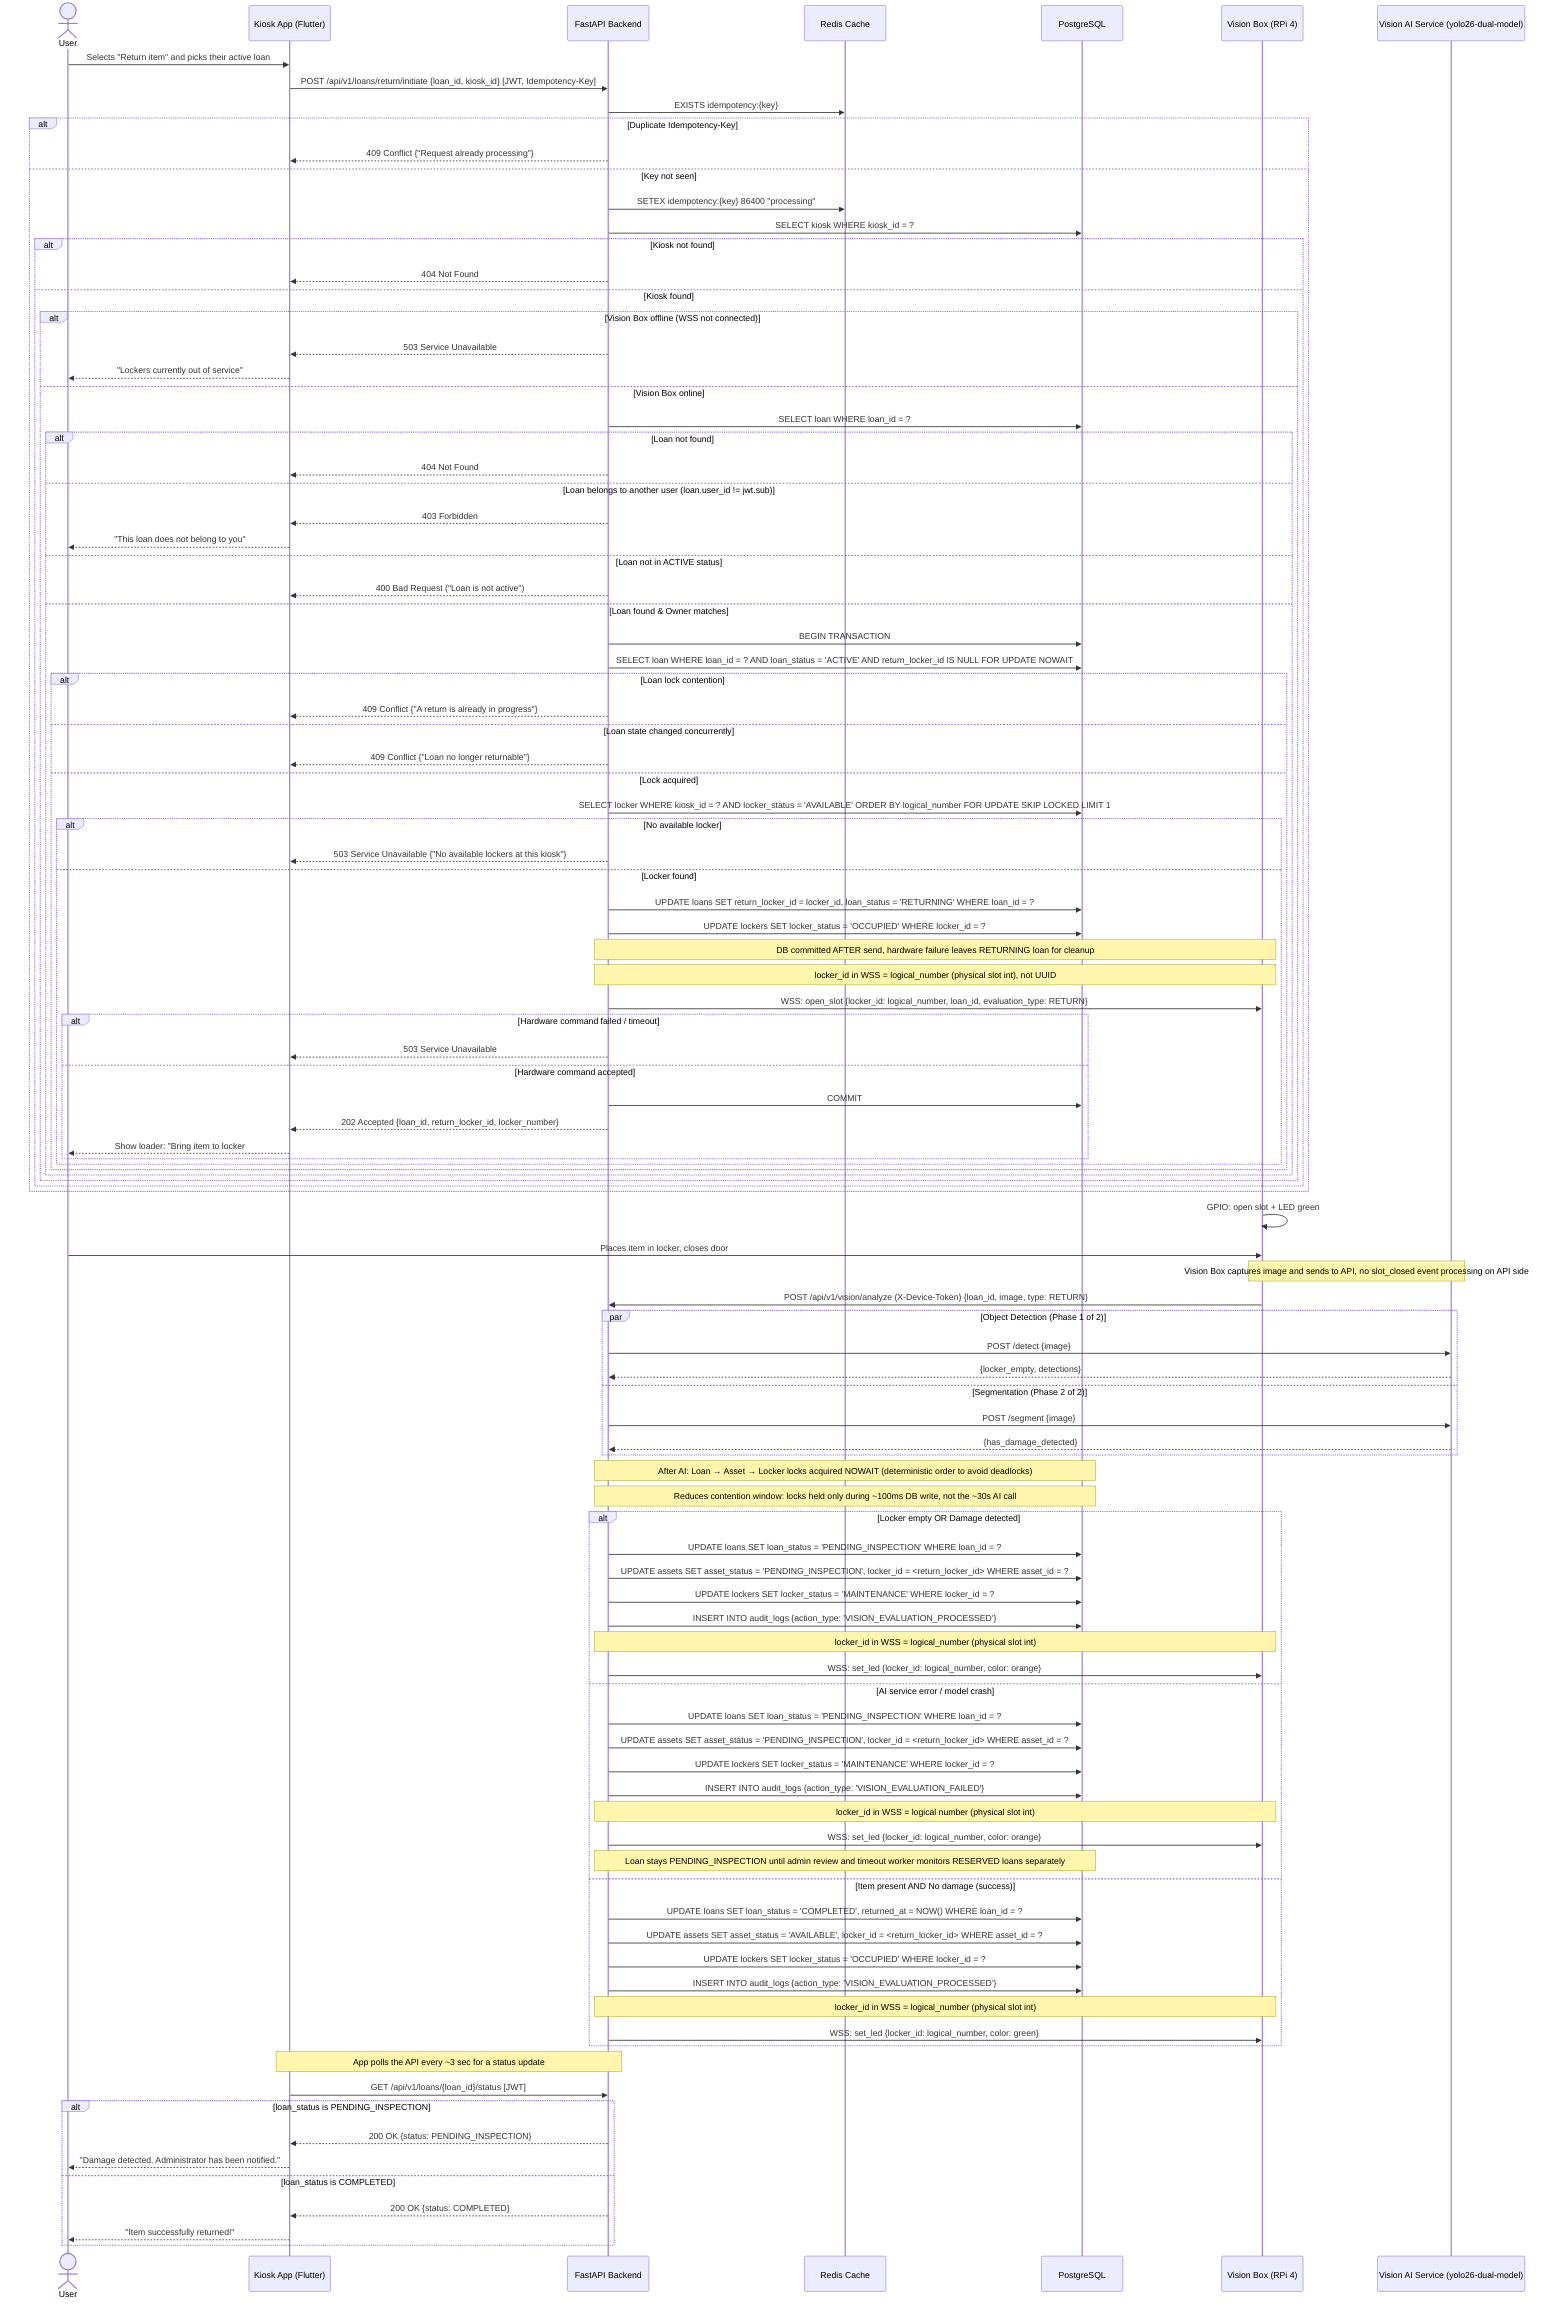
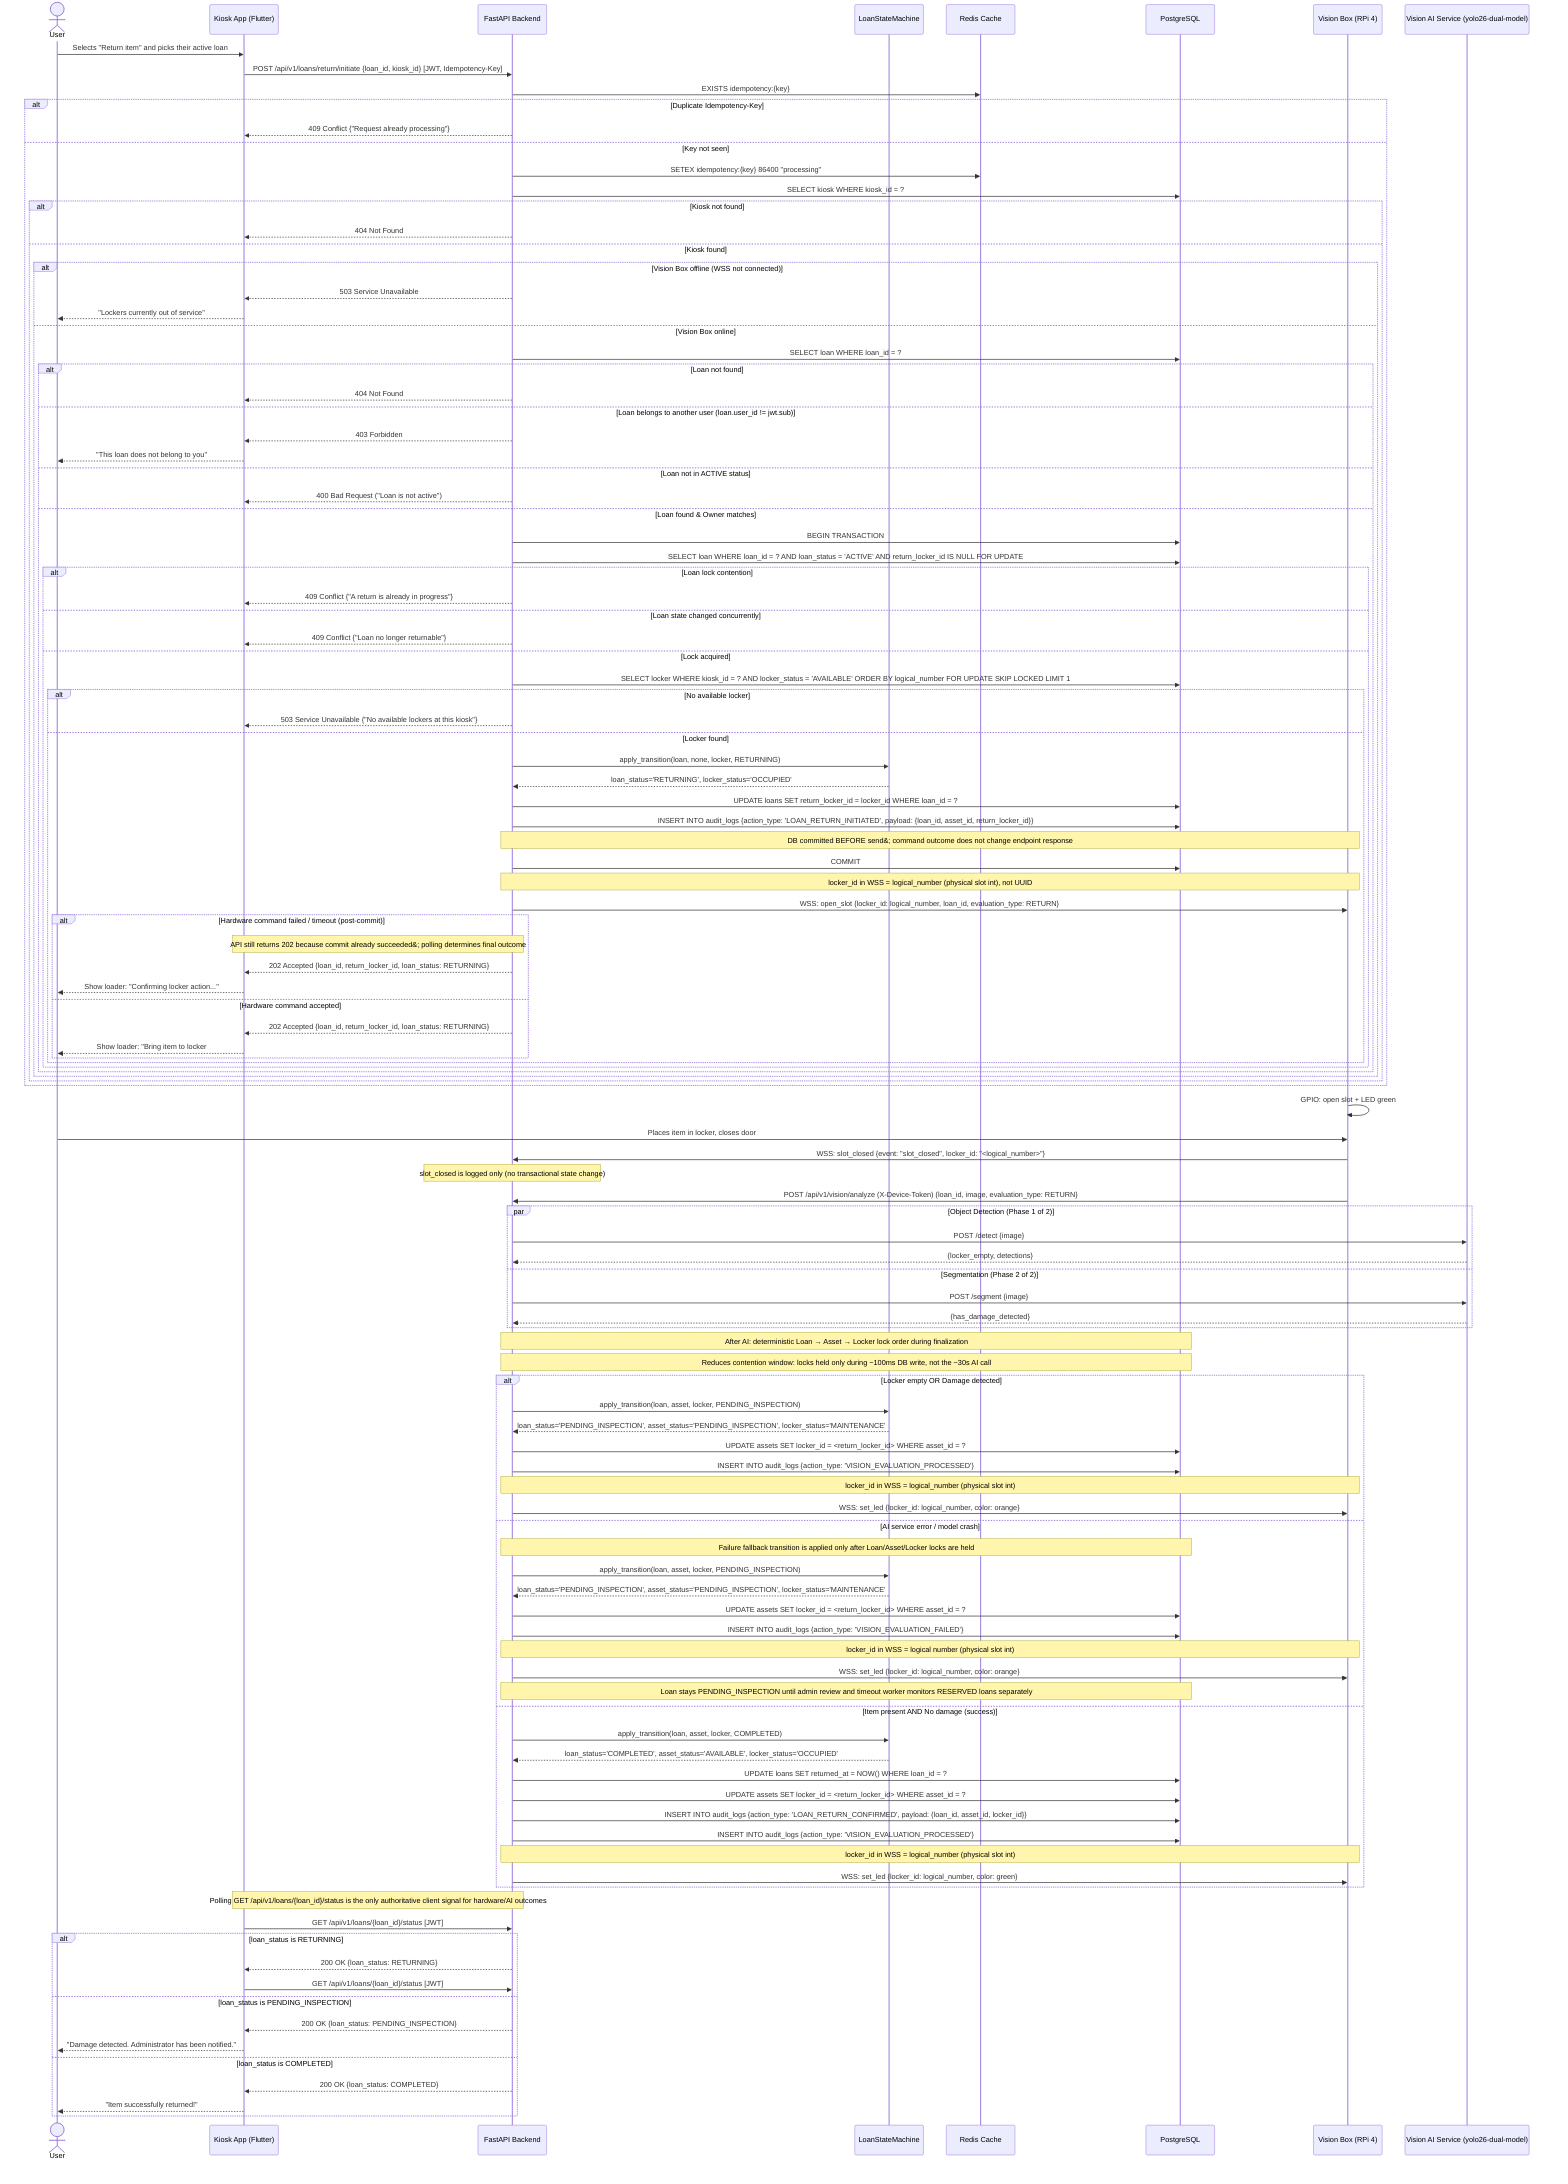
sequenceDiagram
    actor User as User
    participant App as Kiosk App (Flutter)
    participant API as FastAPI Backend
+     participant FSM as LoanStateMachine
    participant Redis as Redis Cache
    participant DB as PostgreSQL
    participant VB as Vision Box (RPi 4)
    participant AI as Vision AI Service (yolo26-dual-model)

    User->>App: Selects "Return item" and picks their active loan
    App->>API: POST /api/v1/loans/return/initiate {loan_id, kiosk_id} [JWT, Idempotency-Key]

    API->>Redis: EXISTS idempotency:{key}
    alt Duplicate Idempotency-Key
        API-->>App: 409 Conflict {"Request already processing"}
    else Key not seen
        API->>Redis: SETEX idempotency:{key} 86400 "processing"

        API->>DB: SELECT kiosk WHERE kiosk_id = ?
        alt Kiosk not found
            API-->>App: 404 Not Found
        else Kiosk found
            alt Vision Box offline (WSS not connected)
                API-->>App: 503 Service Unavailable
                App-->>User: "Lockers currently out of service"
            else Vision Box online
                API->>DB: SELECT loan WHERE loan_id = ?
                alt Loan not found
                    API-->>App: 404 Not Found
                else Loan belongs to another user (loan.user_id != jwt.sub)
                    API-->>App: 403 Forbidden
                    App-->>User: "This loan does not belong to you"
                else Loan not in ACTIVE status
                    API-->>App: 400 Bad Request ("Loan is not active")
                else Loan found & Owner matches
                    API->>DB: BEGIN TRANSACTION

-                     %% Atomic state-transition lock (NOWAIT)
-                     API->>DB: SELECT loan WHERE loan_id = ? AND loan_status = 'ACTIVE' AND return_locker_id IS NULL FOR UPDATE NOWAIT
+                     %% Atomic state-transition guard on the active loan row
+                     API->>DB: SELECT loan WHERE loan_id = ? AND loan_status = 'ACTIVE' AND return_locker_id IS NULL FOR UPDATE
                    alt Loan lock contention
                        API-->>App: 409 Conflict {"A return is already in progress"}
                    else Loan state changed concurrently
                        API-->>App: 409 Conflict {"Loan no longer returnable"}
                    else Lock acquired

                        %% Find and lock first available locker (SKIP LOCKED prevents duplicate assignment)
                        API->>DB: SELECT locker WHERE kiosk_id = ? AND locker_status = 'AVAILABLE' ORDER BY logical_number FOR UPDATE SKIP LOCKED LIMIT 1
                        alt No available locker
                            API-->>App: 503 Service Unavailable {"No available lockers at this kiosk"}
                        else Locker found
-                             API->>DB: UPDATE loans SET return_locker_id = locker_id, loan_status = 'RETURNING' WHERE loan_id = ?
-                             API->>DB: UPDATE lockers SET locker_status = 'OCCUPIED' WHERE locker_id = ?
+                             API->>FSM: apply_transition(loan, none, locker, RETURNING)
+                             FSM-->>API: loan_status='RETURNING', locker_status='OCCUPIED'
+                             API->>DB: UPDATE loans SET return_locker_id = locker_id WHERE loan_id = ?
+                             API->>DB: INSERT INTO audit_logs {action_type: 'LOAN_RETURN_INITIATED', payload: {loan_id, asset_id, return_locker_id}}

-                             %% Hardware command sent BEFORE DB commit
-                             Note over API,VB: DB committed AFTER send, hardware failure leaves RETURNING loan for cleanup
+                             %% Hardware command sent AFTER DB commit
+                             Note over API,VB: DB committed BEFORE send&#59; command outcome does not change endpoint response
+                             API->>DB: COMMIT
+ 
                            Note over API,VB: locker_id in WSS = logical_number (physical slot int), not UUID
                            API->>VB: WSS: open_slot {locker_id: logical_number, loan_id, evaluation_type: RETURN}

-                             alt Hardware command failed / timeout
-                                 API-->>App: 503 Service Unavailable
+                             alt Hardware command failed / timeout (post-commit)
+                                 Note over API,App: API still returns 202 because commit already succeeded&#59; polling determines final outcome
+                                 API-->>App: 202 Accepted {loan_id, return_locker_id, loan_status: RETURNING}
+                                 App-->>User: Show loader: "Confirming locker action..."
                            else Hardware command accepted
-                                 API->>DB: COMMIT
-                                 API-->>App: 202 Accepted {loan_id, return_locker_id, locker_number}
+                                 API-->>App: 202 Accepted {loan_id, return_locker_id, loan_status: RETURNING}
                                App-->>User: Show loader: "Bring item to locker #N"
                            end
                        end
                    end
                end
            end
        end
    end

    VB->>VB: GPIO: open slot + LED green
    User->>VB: Places item in locker, closes door
+     VB->>API: WSS: slot_closed {event: "slot_closed", locker_id: "<logical_number>"}
+     Note over API: slot_closed is logged only (no transactional state change)

    %% Vision Box triggers AI analysis (M2M, no JWT)
-     Note over VB,AI: Vision Box captures image and sends to API, no slot_closed event processing on API side
-     VB->>API: POST /api/v1/vision/analyze (X-Device-Token) {loan_id, image, type: RETURN}
+     VB->>API: POST /api/v1/vision/analyze (X-Device-Token) {loan_id, image, evaluation_type: RETURN}

    %% Vision AI analysis with parallel Phase 1 (no row locks held during AI call)
    par Object Detection (Phase 1 of 2)
        API->>AI: POST /detect {image}
        AI-->>API: {locker_empty, detections}
    and Segmentation (Phase 2 of 2)
        API->>AI: POST /segment {image}
        AI-->>API: {has_damage_detected}
    end

-     Note over API,DB: After AI: Loan → Asset → Locker locks acquired NOWAIT (deterministic order to avoid deadlocks)
+     Note over API,DB: After AI: deterministic Loan → Asset → Locker lock order during finalization
    Note over API,DB: Reduces contention window: locks held only during ~100ms DB write, not the ~30s AI call

    alt Locker empty OR Damage detected
-         API->>DB: UPDATE loans SET loan_status = 'PENDING_INSPECTION' WHERE loan_id = ?
-         API->>DB: UPDATE assets SET asset_status = 'PENDING_INSPECTION', locker_id = <return_locker_id> WHERE asset_id = ?
-         API->>DB: UPDATE lockers SET locker_status = 'MAINTENANCE' WHERE locker_id = ?
+         API->>FSM: apply_transition(loan, asset, locker, PENDING_INSPECTION)
+         FSM-->>API: loan_status='PENDING_INSPECTION', asset_status='PENDING_INSPECTION', locker_status='MAINTENANCE'
+         API->>DB: UPDATE assets SET locker_id = <return_locker_id> WHERE asset_id = ?
        API->>DB: INSERT INTO audit_logs {action_type: 'VISION_EVALUATION_PROCESSED'}
        Note over API,VB: locker_id in WSS = logical_number (physical slot int)
        API->>VB: WSS: set_led {locker_id: logical_number, color: orange}
    else AI service error / model crash
-         API->>DB: UPDATE loans SET loan_status = 'PENDING_INSPECTION' WHERE loan_id = ?
-         API->>DB: UPDATE assets SET asset_status = 'PENDING_INSPECTION', locker_id = <return_locker_id> WHERE asset_id = ?
-         API->>DB: UPDATE lockers SET locker_status = 'MAINTENANCE' WHERE locker_id = ?
+         Note over API,DB: Failure fallback transition is applied only after Loan/Asset/Locker locks are held
+         API->>FSM: apply_transition(loan, asset, locker, PENDING_INSPECTION)
+         FSM-->>API: loan_status='PENDING_INSPECTION', asset_status='PENDING_INSPECTION', locker_status='MAINTENANCE'
+         API->>DB: UPDATE assets SET locker_id = <return_locker_id> WHERE asset_id = ?
        API->>DB: INSERT INTO audit_logs {action_type: 'VISION_EVALUATION_FAILED'}
        Note over API,VB: locker_id in WSS = logical number (physical slot int)
        API->>VB: WSS: set_led {locker_id: logical_number, color: orange}
        Note over API,DB: Loan stays PENDING_INSPECTION until admin review and timeout worker monitors RESERVED loans separately
    else Item present AND No damage (success)
-         API->>DB: UPDATE loans SET loan_status = 'COMPLETED', returned_at = NOW() WHERE loan_id = ?
-         API->>DB: UPDATE assets SET asset_status = 'AVAILABLE', locker_id = <return_locker_id> WHERE asset_id = ?
-         API->>DB: UPDATE lockers SET locker_status = 'OCCUPIED' WHERE locker_id = ?
+         API->>FSM: apply_transition(loan, asset, locker, COMPLETED)
+         FSM-->>API: loan_status='COMPLETED', asset_status='AVAILABLE', locker_status='OCCUPIED'
+         API->>DB: UPDATE loans SET returned_at = NOW() WHERE loan_id = ?
+         API->>DB: UPDATE assets SET locker_id = <return_locker_id> WHERE asset_id = ?
+         API->>DB: INSERT INTO audit_logs {action_type: 'LOAN_RETURN_CONFIRMED', payload: {loan_id, asset_id, locker_id}}
        API->>DB: INSERT INTO audit_logs {action_type: 'VISION_EVALUATION_PROCESSED'}
        Note over API,VB: locker_id in WSS = logical_number (physical slot int)
        API->>VB: WSS: set_led {locker_id: logical_number, color: green}
    end

-     Note over App,API: App polls the API every ~3 sec for a status update
+     Note over App,API: Polling GET /api/v1/loans/{loan_id}/status is the only authoritative client signal for hardware/AI outcomes
    App->>API: GET /api/v1/loans/{loan_id}/status [JWT]
-     alt loan_status is PENDING_INSPECTION
-         API-->>App: 200 OK {status: PENDING_INSPECTION}
+     alt loan_status is RETURNING
+         API-->>App: 200 OK {loan_status: RETURNING}
+         App->>API: GET /api/v1/loans/{loan_id}/status [JWT]
+     else loan_status is PENDING_INSPECTION
+         API-->>App: 200 OK {loan_status: PENDING_INSPECTION}
        App-->>User: "Damage detected. Administrator has been notified."
    else loan_status is COMPLETED
-         API-->>App: 200 OK {status: COMPLETED}
+         API-->>App: 200 OK {loan_status: COMPLETED}
        App-->>User: "Item successfully returned!"
-     end+     end
